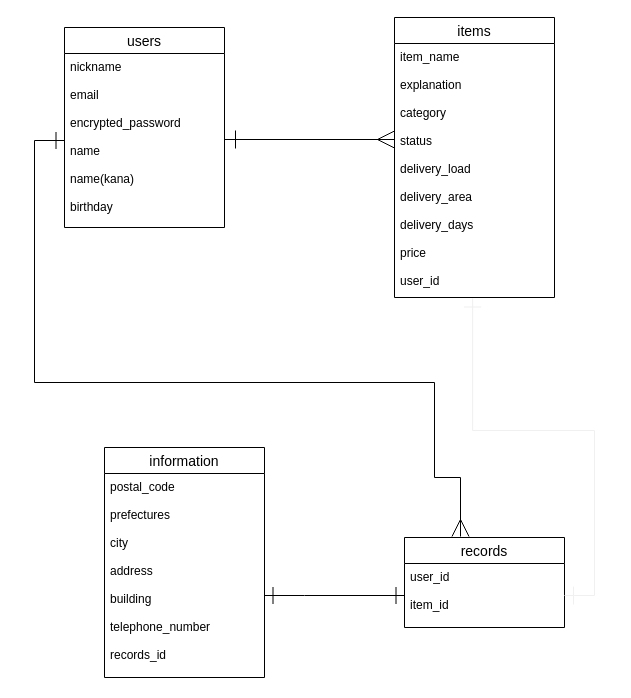
gnggng55/furima-36987 keeps this draw.io diagram as db/text.dio. Above is the earlier version. Source tidied: cells renumbered, new cells numbered last; positions are measured from the earlier drawing's top-left corner, leaving out a move shared by most shapes. Both pictures are drawn from the tidied source at 100%, with x=0, y=0 at pixel (34, 17).
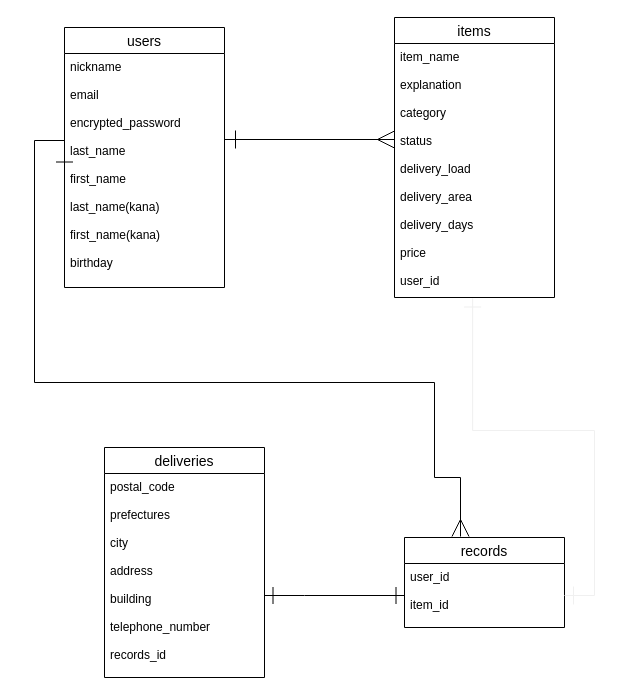
The same diagram, later.

Commit message (it also covers changes not shown here):
ER図作成・README作成（修正）

Change to the diagram source:
```diff
@@
     <mxCell id="2" value="users" style="swimlane;fontStyle=0;horizontal=1;startSize=26;align=center;fontSize=14;" parent="1" vertex="1">
-      <mxGeometry x="30" y="10" width="160" height="200" as="geometry" />
+      <mxGeometry x="30" y="10" width="160" height="260" as="geometry" />
     </mxCell>
-    <mxCell id="3" value="nickname&#10;&#10;email&#10;&#10;encrypted_password&#10;&#10;name&#10;&#10;name(kana)&#10;&#10;birthday&#10;" style="text;strokeColor=none;fillColor=none;spacingLeft=4;spacingRight=4;overflow=hidden;points=[[0,0.5],[1,0.5]];portConstraint=eastwest;fontSize=12;" parent="2" vertex="1">
-      <mxGeometry y="26" width="160" height="174" as="geometry" />
+    <mxCell id="3" value="nickname&#10;&#10;email&#10;&#10;encrypted_password&#10;&#10;last_name&#10;&#10;first_name&#10;&#10;last_name(kana)&#10;&#10;first_name(kana)&#10;&#10;birthday&#10;" style="text;strokeColor=none;fillColor=none;spacingLeft=4;spacingRight=4;overflow=hidden;points=[[0,0.5],[1,0.5]];portConstraint=eastwest;fontSize=12;" parent="2" vertex="1">
+      <mxGeometry y="26" width="160" height="234" as="geometry" />
     </mxCell>
@@
-    <mxCell id="11" value="information" style="swimlane;fontStyle=0;horizontal=1;startSize=26;align=center;fontSize=14;" parent="1" vertex="1">
+    <mxCell id="11" value="deliveries" style="swimlane;fontStyle=0;horizontal=1;startSize=26;align=center;fontSize=14;" parent="1" vertex="1">
       <mxGeometry x="70" y="430" width="160" height="230" as="geometry" />
     </mxCell>
```
